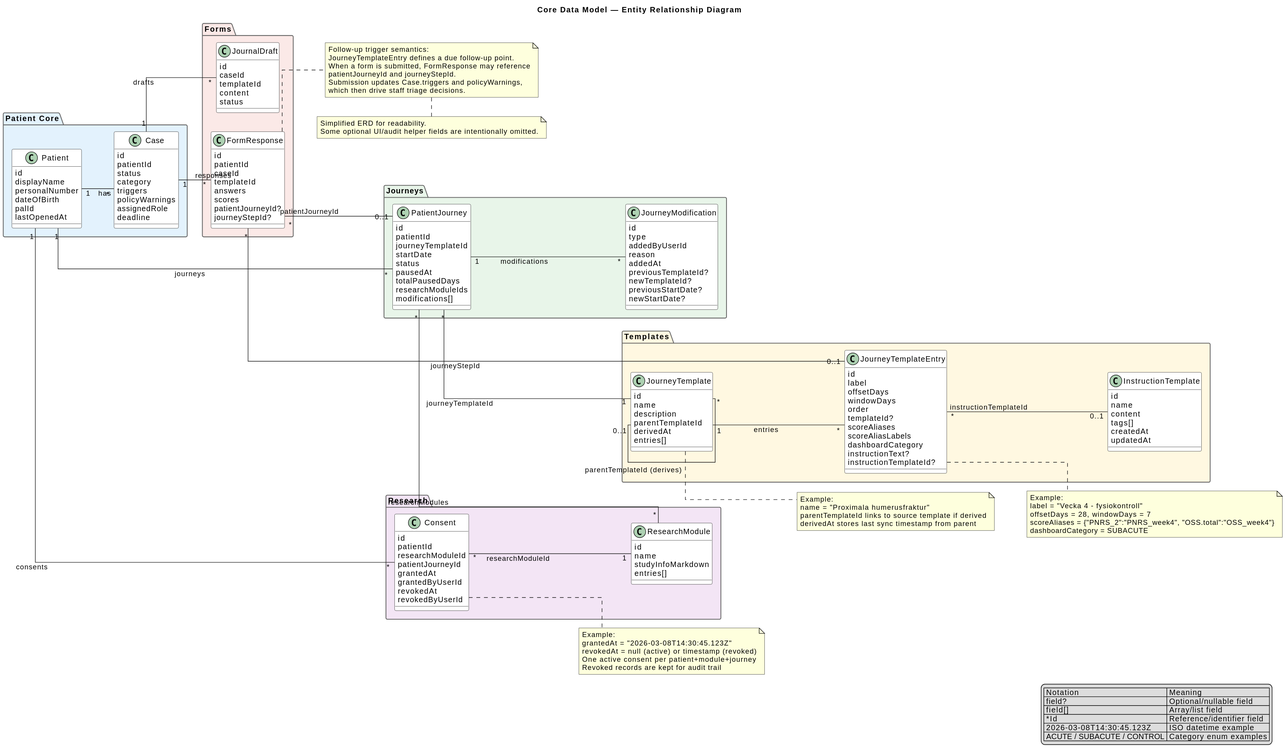
The PlantUML diagram docs/diagrams/core-data-model.svg in gforge/DUK, before a commit.
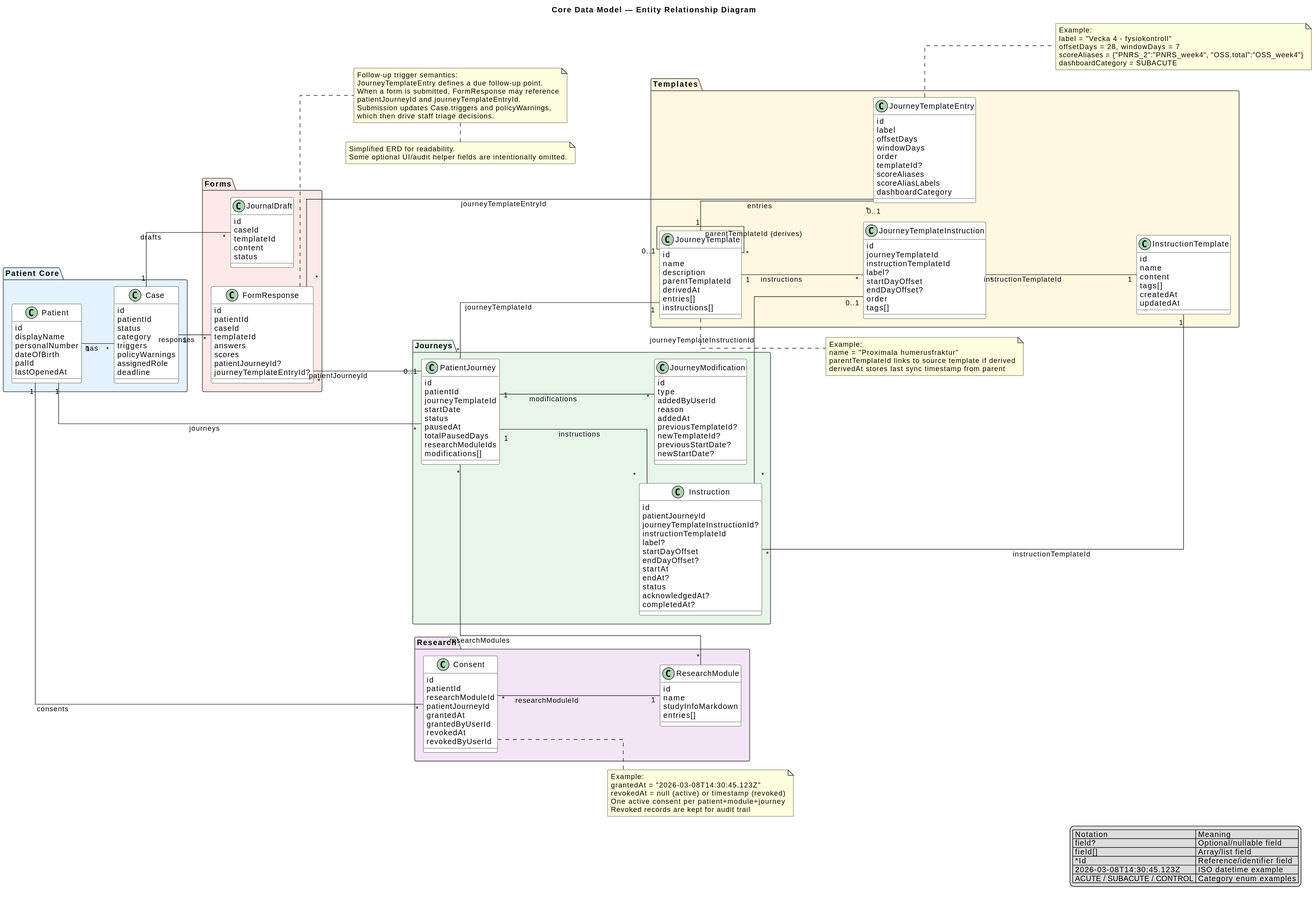
After the commit.

Diff of the diagram source:
```diff
@@ -50,6 +50,21 @@
   modifications[]
 }
 
+class Instruction {
+  id
+  patientJourneyId
+  journeyTemplateInstructionId?
+  instructionTemplateId
+  label?
+  startDayOffset
+  endDayOffset?
+  startAt
+  endAt?
+  status
+  acknowledgedAt?
+  completedAt?
+}
+
 class JourneyModification {
   id
   type
@@ -73,6 +88,7 @@
   parentTemplateId
   derivedAt
   entries[]
+  instructions[]
 }
 
 class JourneyTemplateEntry {
@@ -85,8 +101,17 @@
   scoreAliases
   scoreAliasLabels
   dashboardCategory
-  instructionText?
-  instructionTemplateId?
+}
+
+class JourneyTemplateInstruction {
+  id
+  journeyTemplateId
+  instructionTemplateId
+  label?
+  startDayOffset
+  endDayOffset?
+  order
+  tags[]
 }
 
 class InstructionTemplate {
@@ -132,7 +157,7 @@
   answers
   scores
   patientJourneyId?
-  journeyStepId?
+  journeyTemplateEntryId?
 }
 
 class JournalDraft {
@@ -153,18 +178,23 @@
 Case "1" -- "*" JournalDraft : drafts
 
 FormResponse "*" -- "0..1" PatientJourney : patientJourneyId
-FormResponse "*" -- "0..1" JourneyTemplateEntry : journeyStepId
+FormResponse "*" -- "0..1" JourneyTemplateEntry : journeyTemplateEntryId
 
 JourneyTemplate "1" -- "*" JourneyTemplateEntry : entries
+JourneyTemplate "1" -- "*" JourneyTemplateInstruction : instructions
 JourneyTemplate "0..1" -- "*" JourneyTemplate : parentTemplateId (derives)
+
+JourneyTemplateInstruction "*" -- "1" InstructionTemplate : instructionTemplateId
 
 PatientJourney "*" -- "1" JourneyTemplate : journeyTemplateId
 PatientJourney "1" -- "*" JourneyModification : modifications
+PatientJourney "1" -- "*" Instruction : instructions
+
+Instruction "*" -- "1" InstructionTemplate : instructionTemplateId
+Instruction "*" -- "0..1" JourneyTemplateInstruction : journeyTemplateInstructionId
 
 PatientJourney "*" -- "*" ResearchModule : researchModules
 Consent "*" -- "1" ResearchModule : researchModuleId
-
-JourneyTemplateEntry "*" -- "0..1" InstructionTemplate : instructionTemplateId
 
 legend right
   | Notation | Meaning |
@@ -202,7 +232,7 @@
   Follow-up trigger semantics:
   JourneyTemplateEntry defines a due follow-up point.
   When a form is submitted, FormResponse may reference
-  patientJourneyId and journeyStepId.
+  patientJourneyId and journeyTemplateEntryId.
   Submission updates Case.triggers and policyWarnings,
   which then drive staff triage decisions.
 end note
```
